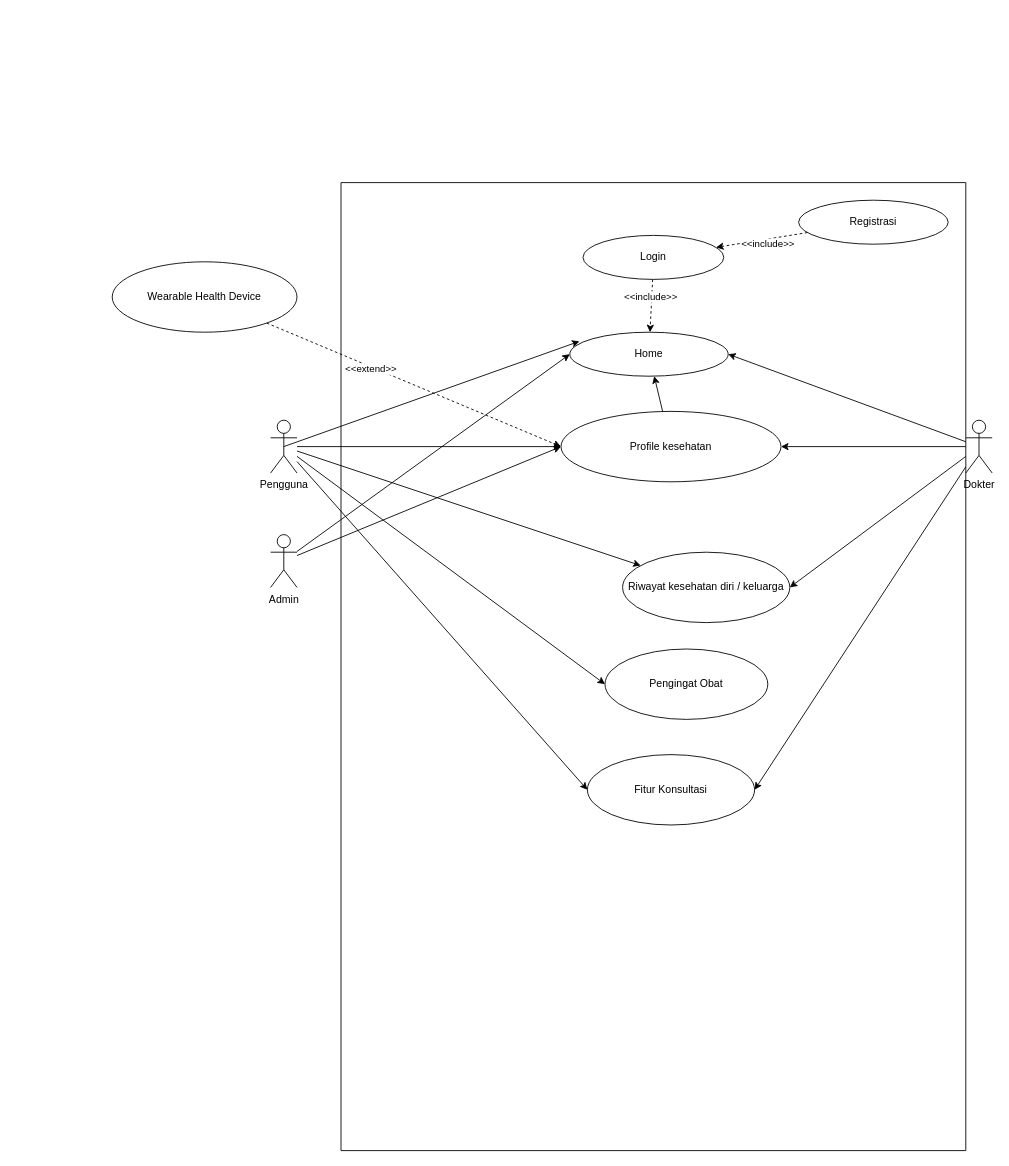
Arya-f4/Projek-RKPL keeps this draw.io diagram as diagram usecase careconnect.drawio. Above is the earlier version. Source tidied: cells renumbered, new cells numbered last; positions are measured from the earlier drawing's top-left corner, leaving out a move shared by most shapes. Both pictures are drawn from the tidied source at 88%, with x=0, y=0 at pixel (112, 182).
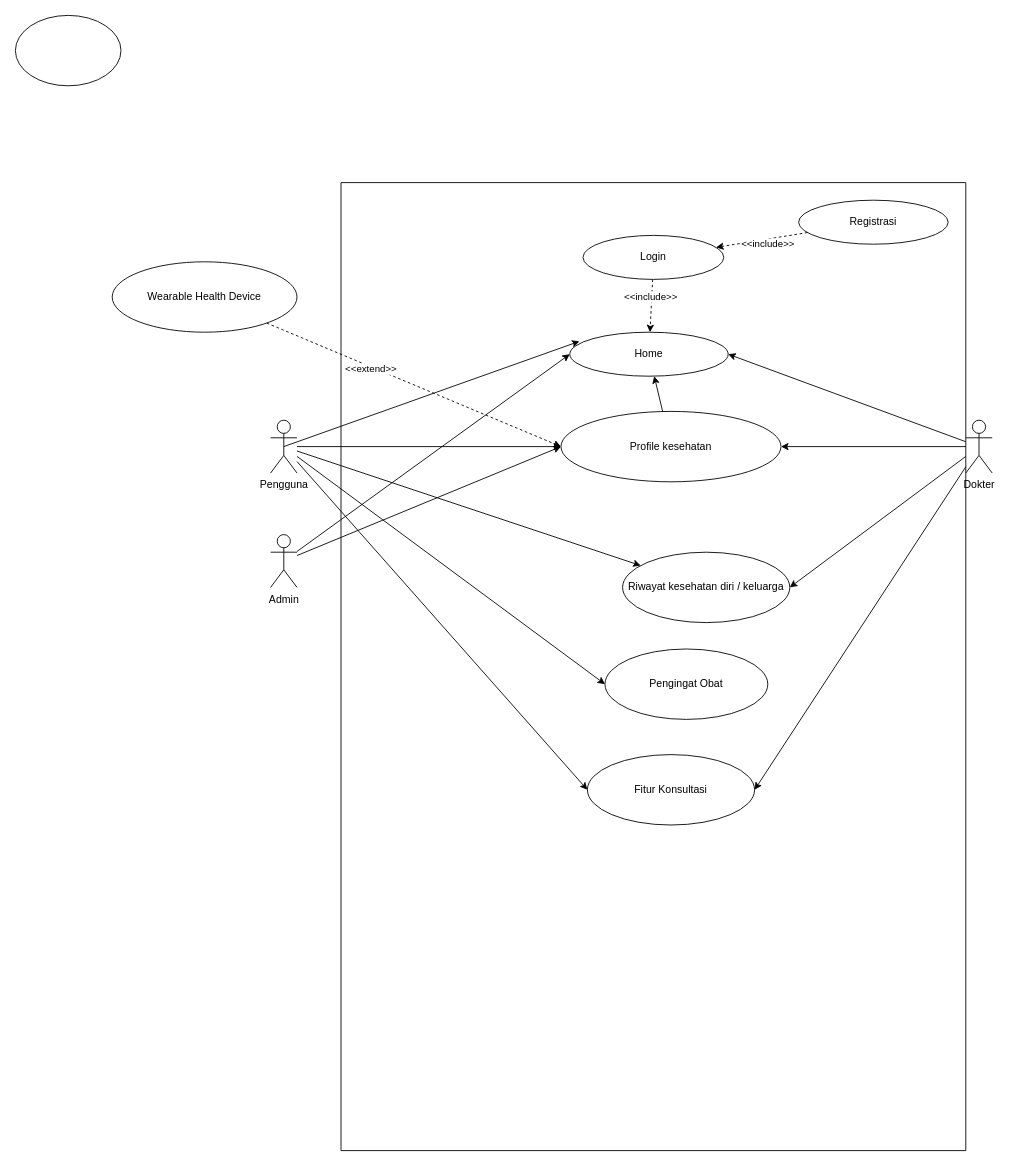
The same diagram, later.

What changed in the source:
```diff
@@
+    <mxCell id="32" style="ellipse;whiteSpace=wrap;html=1;" parent="1" vertex="1">
+      <mxGeometry x="-110" y="-190" width="120" height="80" as="geometry" />
+    </mxCell>
```
